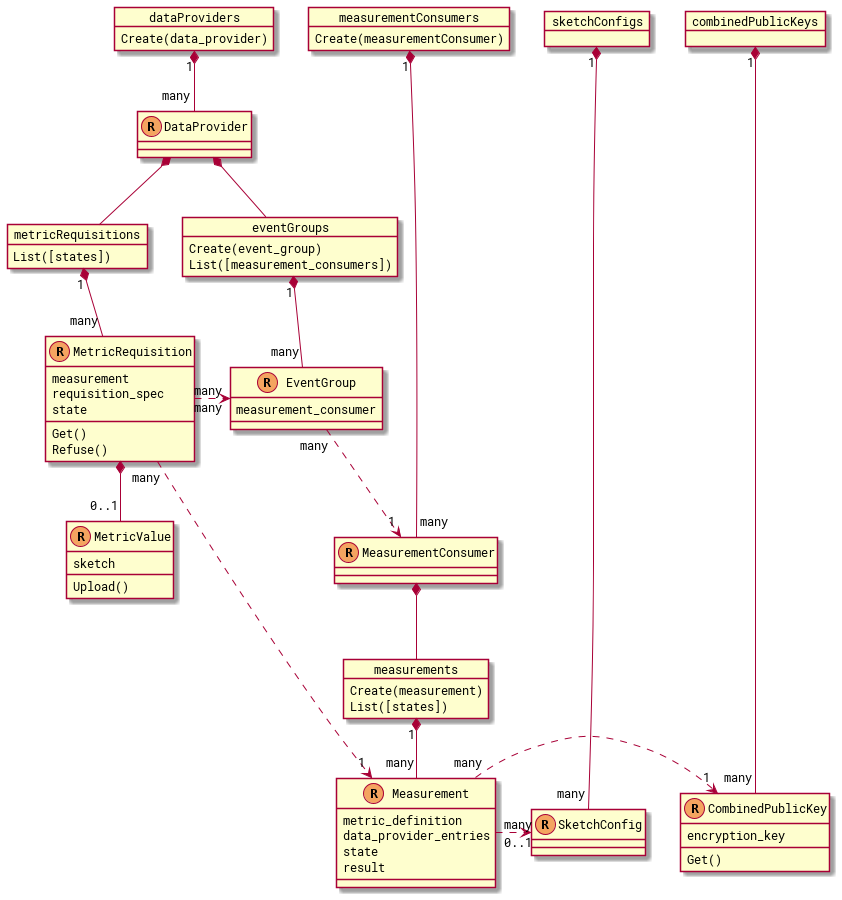
The PlantUML diagram docs/diagrams/api_resources.png in world-federation-of-advertisers/cross-media-measurement, before a commit. Its source is kept beside it as docs/diagrams/api_resources.pu.
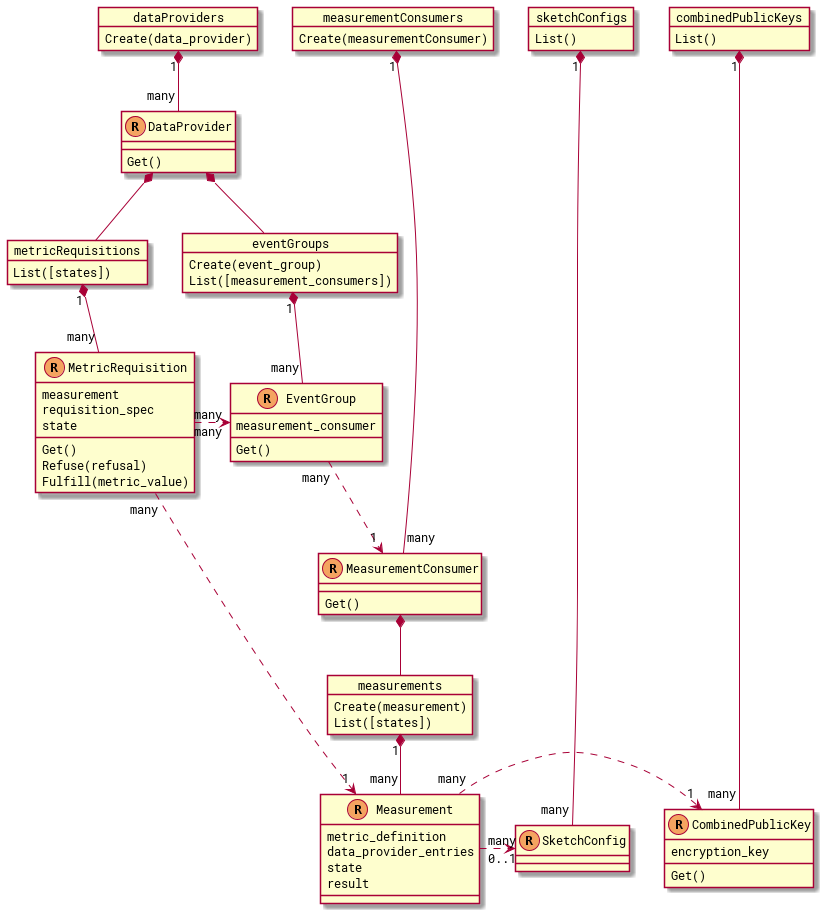
After the commit.

Commit message:
Redefine public API services such that each service corresponds to a single resource type, except for the Duchy RequisitionFulfillment service.

What changed in the source:
```diff
@@ -14,8 +14,10 @@
 }
 
 resource(DataProvider) {
+  Get()
 }
 resource(MeasurementConsumer) {
+  Get()
 }
 resource(SketchConfig) {
 }
@@ -38,8 +40,10 @@
     Create(data_provider)
   }
   collection(sketchConfigs, SketchConfig) {
+    List()
   }
   collection(combinedPublicKeys, CombinedPublicKey) {
+    List()
   }
 }
 
@@ -60,14 +64,12 @@
   requisition_spec
   state
   Get()
-  Refuse()
+  Refuse(refusal)
+  Fulfill(metric_value)
 }
 resource(EventGroup) {
   measurement_consumer
-}
-resource(MetricValue) {
-  sketch
-  Upload()
+  Get()
 }
 
 DataProvider *-- eventGroups
@@ -75,7 +77,6 @@
 EventGroup "many" ..> "1" MeasurementConsumer
 
 MetricRequisition "many" .> "many" EventGroup
-MetricRequisition *-- "0..1" MetricValue
 MetricRequisition "many" .> "1" Measurement
 
 MeasurementConsumer *-- measurements
```
